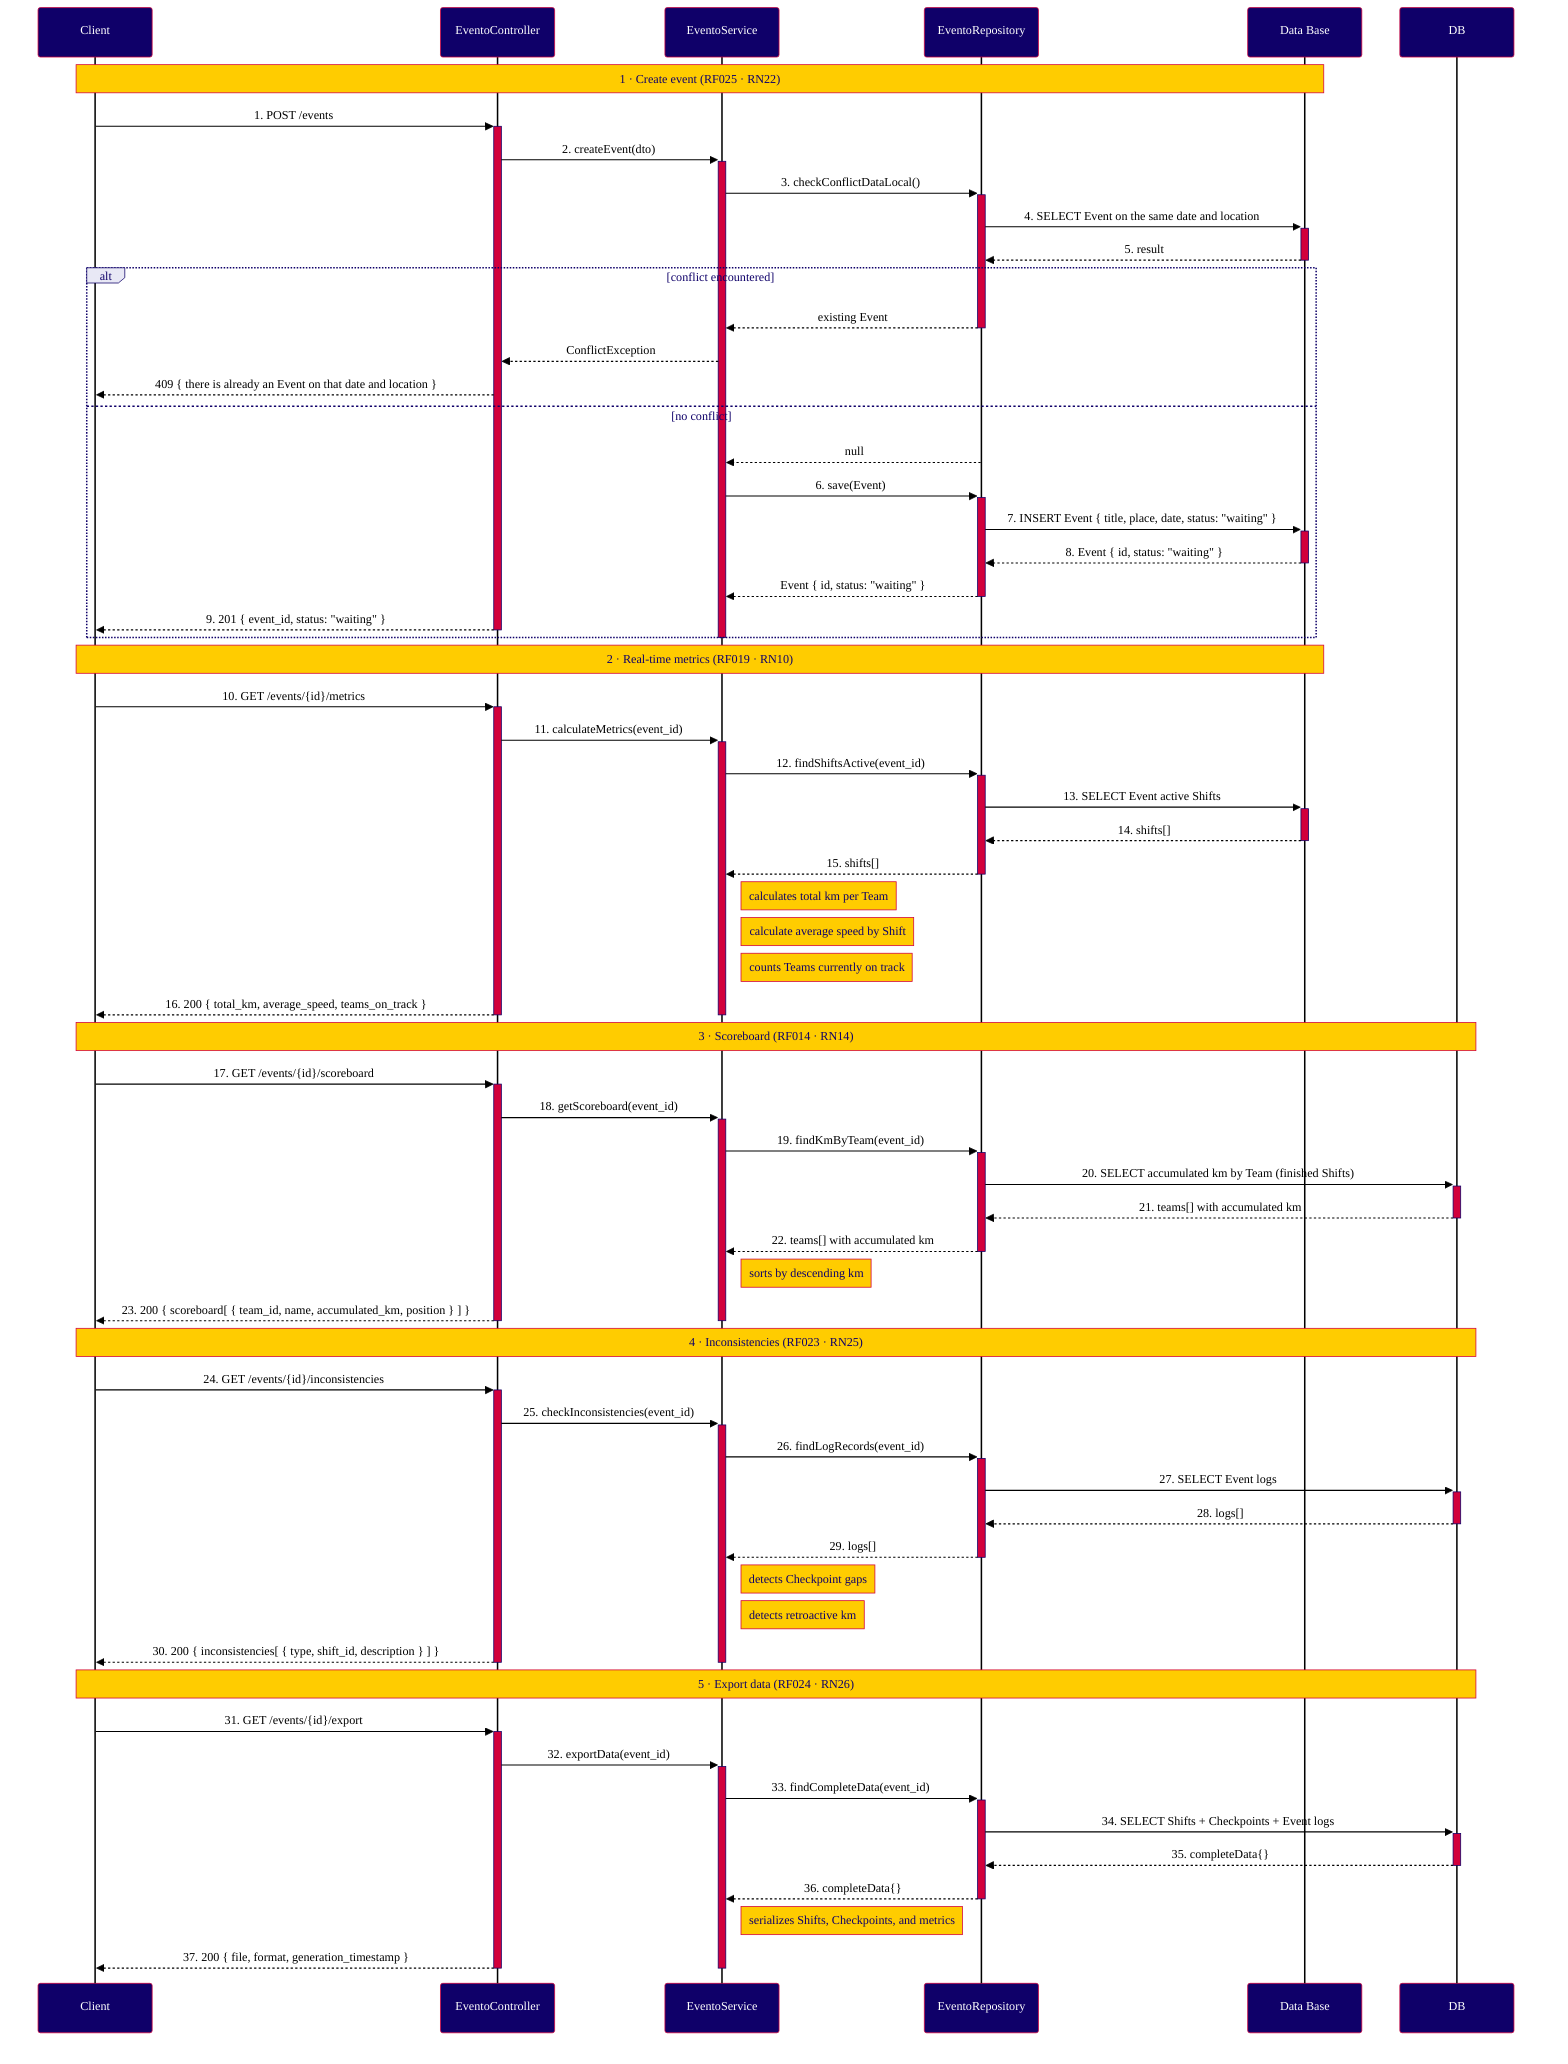
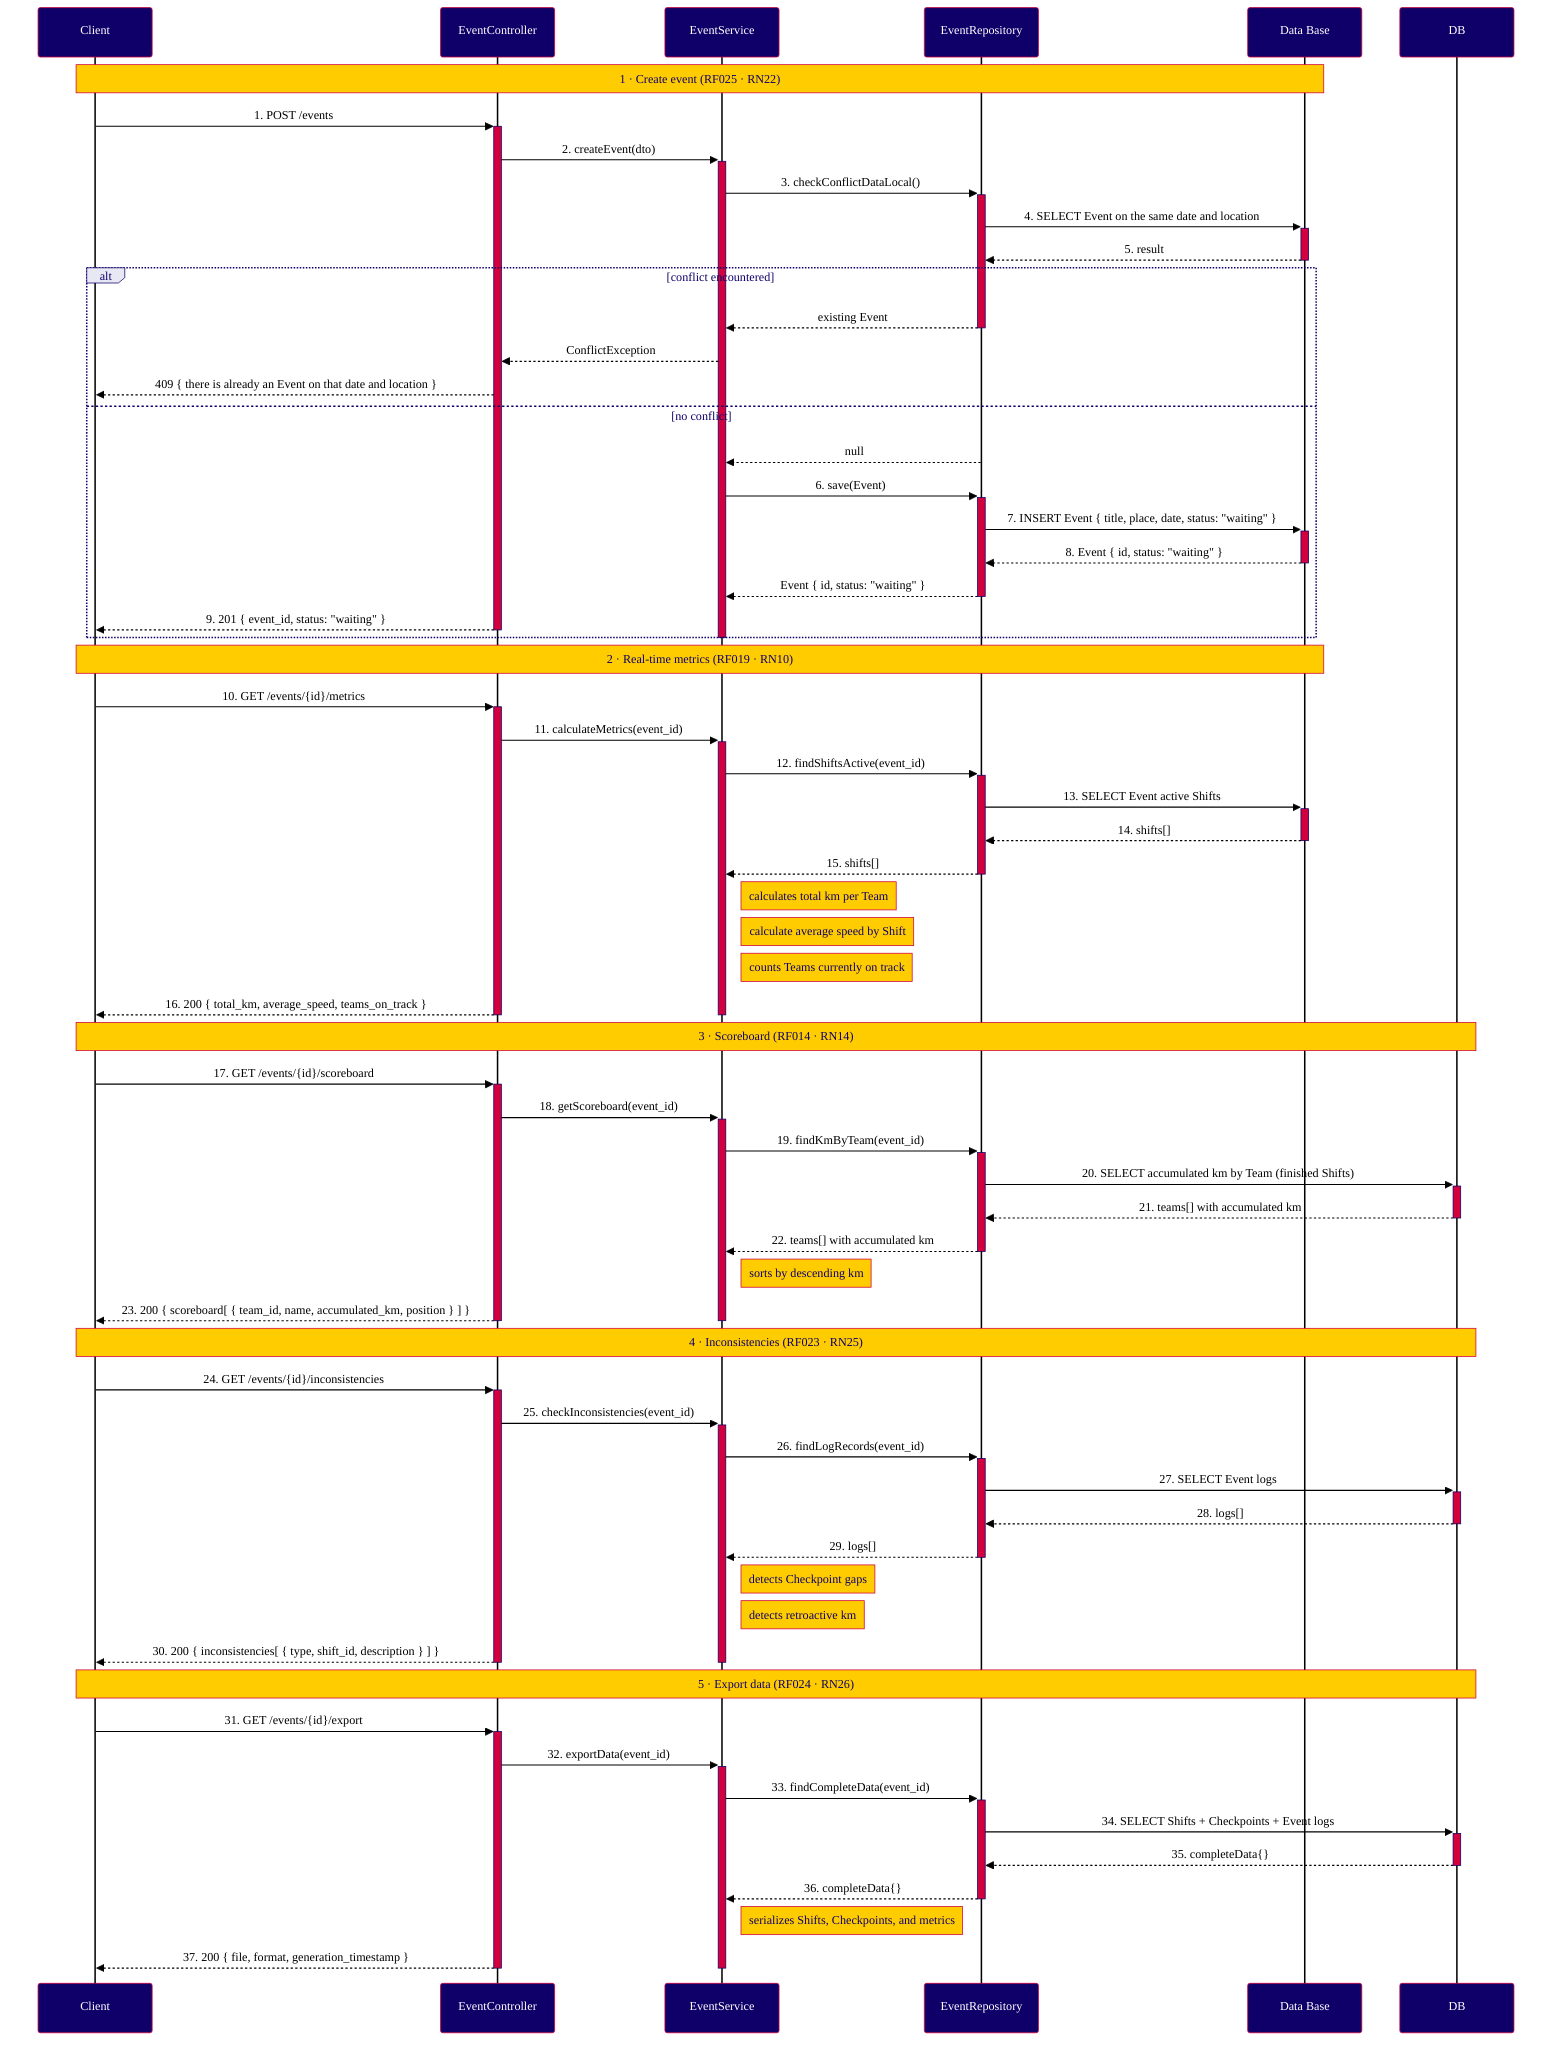

%%{init: {
  "theme": "base",
  "themeVariables": {
    "primaryColor": "#0F0069",
    "primaryTextColor": "#FFFFFF",
    "primaryBorderColor": "#D2003C",
    "secondaryColor": "#D2003C",
    "secondaryTextColor": "#FFFFFF",
    "secondaryBorderColor": "#D2003C",
    "tertiaryColor": "#E8E8F5",
    "tertiaryTextColor": "#0F0069",
    "tertiaryBorderColor": "#0F0069",
    "noteBkgColor": "#FFCC00",
    "noteTextColor": "#0F0069",
    "noteBorderColor": "#D2003C",
    "activationBkgColor": "#D2003C",
    "activationBorderColor": "#0F0069",
    "actorBkg": "#0F0069",
    "actorTextColor": "#FFFFFF",
    "actorBorderColor": "#D2003C",
    "actorLineColor": "#000000",
    "signalColor": "#000000",
    "signalTextColor": "#000000",
    "labelBoxBkgColor": "#E8E8F5",
    "labelBoxBorderColor": "#0F0069",
    "labelTextColor": "#0F0069",
    "loopTextColor": "#0F0069",
    "fontFamily": "Arial, sans-serif",
    "fontSize": "14px",
    "background": "#FFFFFF"
  }
}}%%
sequenceDiagram
    participant C as Client
-     participant CT as EventoController
-     participant ES as EventoService
-     participant ER as EventoRepository
+     participant CT as EventController
+     participant ES as EventService
+     participant ER as EventRepository
    participant BD as Data Base

    Note over C,BD: 1 · Create event (RF025 · RN22)

    C->>+CT: 1. POST /events
    CT->>+ES: 2. createEvent(dto)
    ES->>+ER: 3. checkConflictDataLocal()
    ER->>+BD: 4. SELECT Event on the same date and location
    BD-->>-ER: 5. result
    alt conflict encountered
        ER-->>-ES: existing Event
        ES-->>CT: ConflictException
        CT-->>C: 409 { there is already an Event on that date and location }
    else no conflict
        ER-->>ES: null
        ES->>+ER: 6. save(Event)
        ER->>+BD: 7. INSERT Event { title, place, date, status: "waiting" }
        BD-->>-ER: 8. Event { id, status: "waiting" }
        ER-->>-ES: Event { id, status: "waiting" }
        CT-->>-C: 9. 201 { event_id, status: "waiting" }
    end
    deactivate ES

    Note over C,BD: 2 · Real-time metrics (RF019 · RN10)

    C->>+CT: 10. GET /events/{id}/metrics
    CT->>+ES: 11. calculateMetrics(event_id)
    ES->>+ER: 12. findShiftsActive(event_id)
    ER->>+BD: 13. SELECT Event active Shifts
    BD-->>-ER: 14. shifts[]
    ER-->>-ES: 15. shifts[]
    Note right of ES: calculates total km per Team
    Note right of ES: calculate average speed by Shift
    Note right of ES: counts Teams currently on track
    CT-->>-C: 16. 200 { total_km, average_speed, teams_on_track }
    deactivate ES

    Note over C,DB: 3 · Scoreboard (RF014 · RN14)

    C->>+CT: 17. GET /events/{id}/scoreboard
    CT->>+ES: 18. getScoreboard(event_id)
    ES->>+ER: 19. findKmByTeam(event_id)
    ER->>+DB: 20. SELECT accumulated km by Team (finished Shifts)
    DB-->>-ER: 21. teams[] with accumulated km
    ER-->>-ES: 22. teams[] with accumulated km

    Note right of ES: sorts by descending km
    CT-->>-C: 23. 200 { scoreboard[ { team_id, name, accumulated_km, position } ] }
    deactivate ES

    Note over C,DB: 4 · Inconsistencies (RF023 · RN25)

    C->>+CT: 24. GET /events/{id}/inconsistencies
    CT->>+ES: 25. checkInconsistencies(event_id)
    ES->>+ER: 26. findLogRecords(event_id)
    ER->>+DB: 27. SELECT Event logs
    DB-->>-ER: 28. logs[]
    ER-->>-ES: 29. logs[]

    Note right of ES: detects Checkpoint gaps
    Note right of ES: detects retroactive km
    CT-->>-C: 30. 200 { inconsistencies[ { type, shift_id, description } ] }
    deactivate ES

    Note over C,DB: 5 · Export data (RF024 · RN26)

    C->>+CT: 31. GET /events/{id}/export
    CT->>+ES: 32. exportData(event_id)
    ES->>+ER: 33. findCompleteData(event_id)
    ER->>+DB: 34. SELECT Shifts + Checkpoints + Event logs
    DB-->>-ER: 35. completeData{}
    ER-->>-ES: 36. completeData{}

    Note right of ES: serializes Shifts, Checkpoints, and metrics
    CT-->>-C: 37. 200 { file, format, generation_timestamp }
    deactivate ES